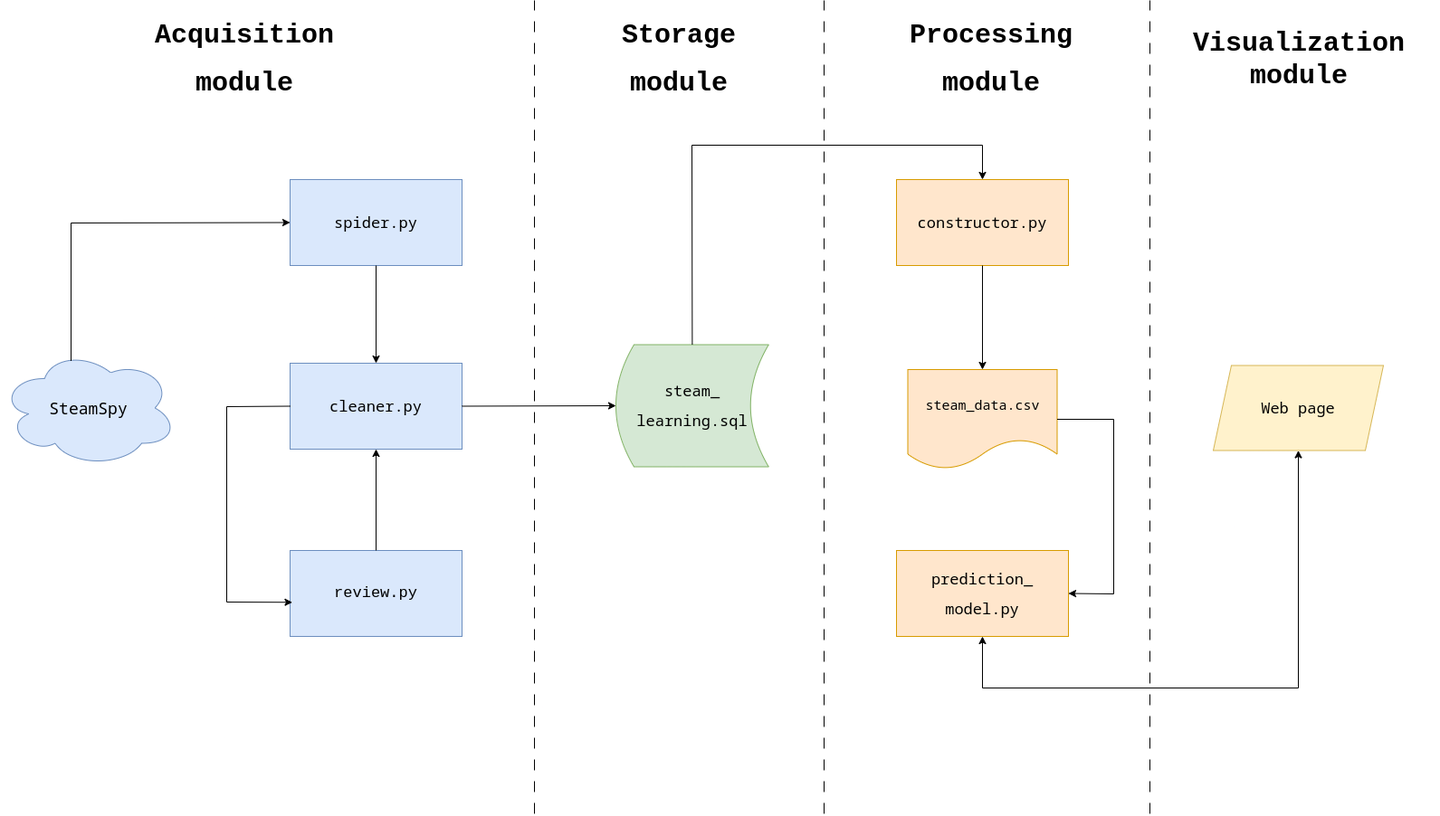
mariomttz/steam-learning keeps this draw.io diagram as docs/img/modules_workflow.png. Above is the earlier version. Source tidied: cells renumbered, new cells last; positions are measured from the earlier drawing's top-left corner, leaving out a move shared by most shapes.
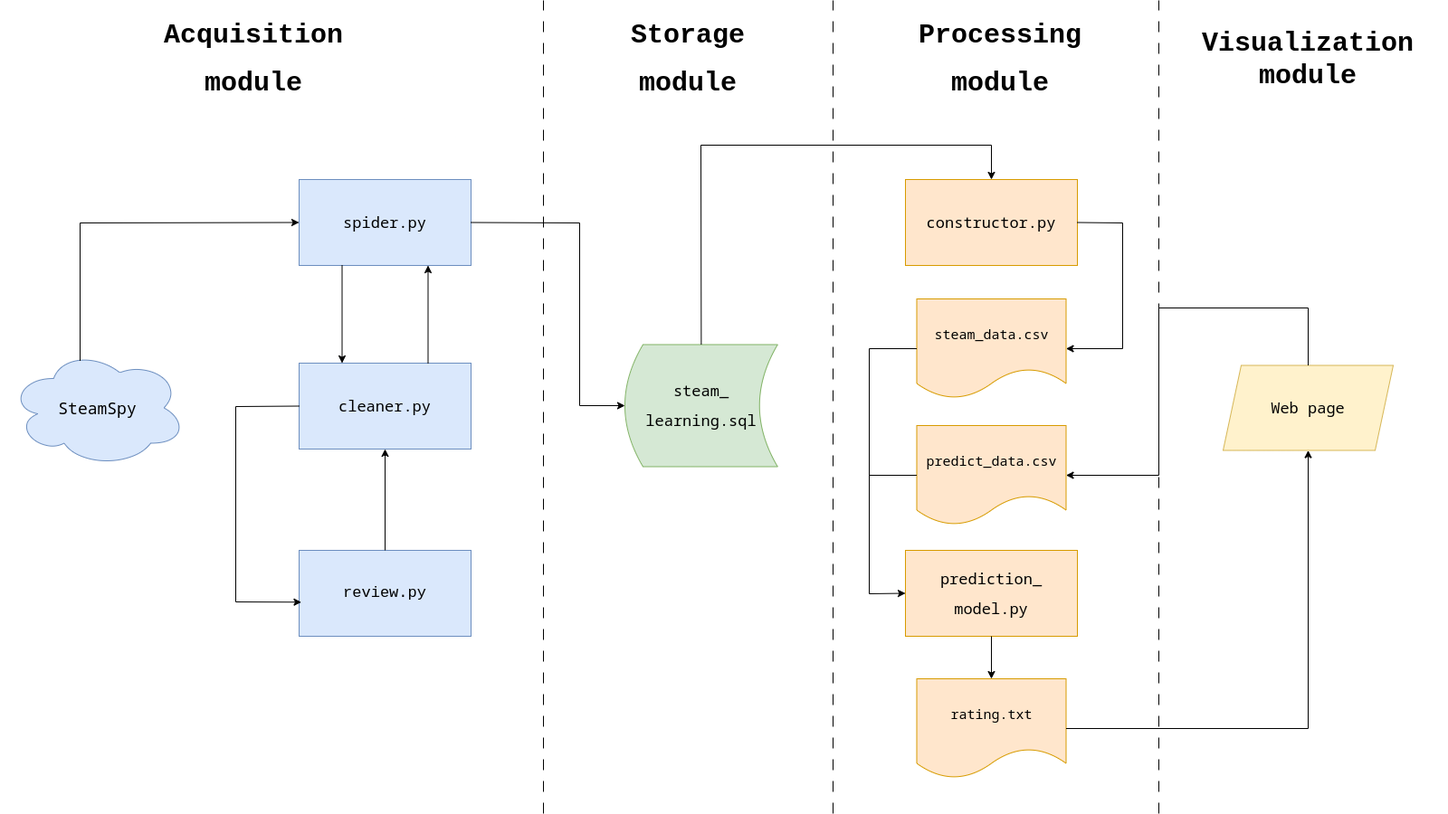
After the change.

Change to the diagram source:
```diff
@@ -18,7 +18,7 @@
       <mxGeometry x="990" y="198" width="190" height="95" as="geometry" />
     </mxCell>
     <mxCell id="7" value="&lt;pre&gt;&lt;font style=&quot;font-size: 15px;&quot;&gt;steam_data.csv&lt;/font&gt;&lt;/pre&gt;" style="shape=document;whiteSpace=wrap;html=1;boundedLbl=1;fillColor=#ffe6cc;strokeColor=#d79b00;" parent="1" vertex="1">
-      <mxGeometry x="1002.5" y="408" width="165" height="110" as="geometry" />
+      <mxGeometry x="1002.5" y="330" width="165" height="110" as="geometry" />
     </mxCell>
     <mxCell id="8" value="&lt;pre&gt;&lt;font style=&quot;font-size: 17px;&quot;&gt;prediction_&lt;/font&gt;&lt;/pre&gt;&lt;pre&gt;&lt;font style=&quot;font-size: 17px;&quot;&gt;model.py&lt;/font&gt;&lt;/pre&gt;" style="rounded=0;whiteSpace=wrap;html=1;fontFamily=Courier New;align=center;fillColor=#ffe6cc;strokeColor=#d79b00;" parent="1" vertex="1">
       <mxGeometry x="990" y="608" width="190" height="95" as="geometry" />
@@ -33,31 +33,12 @@
         </Array>
       </mxGeometry>
     </mxCell>
-    <mxCell id="11" style="endArrow=classic;html=1;rounded=0;exitX=0.5;exitY=1;exitDx=0;exitDy=0;entryX=0.5;entryY=0;entryDx=0;entryDy=0;" parent="1" edge="1" source="2" target="3">
+    <mxCell id="11" style="endArrow=classic;html=1;rounded=0;exitX=0.25;exitY=1;exitDx=0;exitDy=0;entryX=0.25;entryY=0;entryDx=0;entryDy=0;" parent="1" edge="1" source="2" target="3">
       <mxGeometry relative="1" as="geometry" />
     </mxCell>
-    <mxCell id="12" style="endArrow=classic;html=1;rounded=0;exitX=0.5;exitY=1;exitDx=0;exitDy=0;entryX=0.5;entryY=0;entryDx=0;entryDy=0;" parent="1" edge="1" source="6" target="7">
-      <mxGeometry relative="1" as="geometry" />
-    </mxCell>
-    <mxCell id="13" style="endArrow=classic;html=1;rounded=0;entryX=1;entryY=0.5;entryDx=0;entryDy=0;exitX=1;exitY=0.5;exitDx=0;exitDy=0;" parent="1" edge="1" source="7" target="8">
-      <mxGeometry relative="1" as="geometry">
-        <Array as="points">
-          <mxPoint x="1230" y="463" />
-          <mxPoint x="1230" y="656" />
-        </Array>
-      </mxGeometry>
-    </mxCell>
     <mxCell id="14" value="&lt;pre&gt;&lt;font style=&quot;font-size: 17px;&quot;&gt;Web page&lt;/font&gt;&lt;/pre&gt;" style="shape=parallelogram;perimeter=parallelogramPerimeter;whiteSpace=wrap;html=1;fixedSize=1;fillColor=#fff2cc;strokeColor=#d6b656;" parent="1" vertex="1">
-      <mxGeometry x="1340" y="403.5" width="188" height="94" as="geometry" />
+      <mxGeometry x="1341" y="403.5" width="188" height="94" as="geometry" />
     </mxCell>
-    <mxCell id="15" style="endArrow=classic;startArrow=classic;html=1;rounded=0;exitX=0.5;exitY=1;exitDx=0;exitDy=0;entryX=0.5;entryY=1;entryDx=0;entryDy=0;" parent="1" edge="1" source="8" target="14">
-      <mxGeometry relative="1" as="geometry">
-        <Array as="points">
-          <mxPoint x="1085" y="760" />
-          <mxPoint x="1434" y="760" />
-        </Array>
-      </mxGeometry>
-    </mxCell>
     <mxCell id="16" style="endArrow=classic;html=1;rounded=0;exitX=0.5;exitY=0;exitDx=0;exitDy=0;entryX=0.5;entryY=0;entryDx=0;entryDy=0;" parent="1" edge="1" source="5" target="6">
       <mxGeometry relative="1" as="geometry">
         <Array as="points">
@@ -69,8 +50,13 @@
     <mxCell id="17" value="&lt;h1&gt;&lt;font face=&quot;Courier New&quot; style=&quot;font-size: 30px;&quot;&gt;Acquisition&lt;/font&gt;&lt;/h1&gt;&lt;h1&gt;&lt;font face=&quot;Courier New&quot; style=&quot;font-size: 30px;&quot;&gt;module&lt;/font&gt;&lt;/h1&gt;" style="text;strokeColor=none;align=center;fillColor=none;html=1;verticalAlign=middle;whiteSpace=wrap;rounded=0;" parent="1" vertex="1">
       <mxGeometry x="100" y="20" width="340" height="90" as="geometry" />
     </mxCell>
-    <mxCell id="18" style="endArrow=classic;html=1;rounded=0;exitX=1;exitY=0.5;exitDx=0;exitDy=0;entryX=0;entryY=0.5;entryDx=0;entryDy=0;" parent="1" edge="1" source="3" target="5">
-      <mxGeometry relative="1" as="geometry" />
+    <mxCell id="18" style="endArrow=classic;html=1;rounded=0;exitX=1;exitY=0.5;exitDx=0;exitDy=0;entryX=0;entryY=0.5;entryDx=0;entryDy=0;" parent="1" edge="1" source="2" target="5">
+      <mxGeometry relative="1" as="geometry">
+        <Array as="points">
+          <mxPoint x="630" y="246" />
+          <mxPoint x="630" y="448" />
+        </Array>
+      </mxGeometry>
     </mxCell>
     <mxCell id="19" style="endArrow=classic;html=1;rounded=0;exitX=0;exitY=0.5;exitDx=0;exitDy=0;entryX=0.013;entryY=0.603;entryDx=0;entryDy=0;entryPerimeter=0;" parent="1" edge="1" source="3" target="4">
       <mxGeometry relative="1" as="geometry">
@@ -110,5 +96,54 @@
         <mxPoint x="1270" as="targetPoint" />
       </mxGeometry>
     </mxCell>
+    <mxCell id="27" value="&lt;pre&gt;&lt;font style=&quot;font-size: 15px;&quot;&gt;predict_data.csv&lt;/font&gt;&lt;/pre&gt;" style="shape=document;whiteSpace=wrap;html=1;boundedLbl=1;fillColor=#ffe6cc;strokeColor=#d79b00;" parent="1" vertex="1">
+      <mxGeometry x="1002.5" y="470" width="165" height="110" as="geometry" />
+    </mxCell>
+    <mxCell id="28" value="&lt;pre&gt;&lt;font style=&quot;font-size: 15px;&quot;&gt;rating.txt&lt;/font&gt;&lt;/pre&gt;" style="shape=document;whiteSpace=wrap;html=1;boundedLbl=1;fillColor=#ffe6cc;strokeColor=#d79b00;" parent="1" vertex="1">
+      <mxGeometry x="1002.5" y="750" width="165" height="110" as="geometry" />
+    </mxCell>
+    <mxCell id="29" style="endArrow=classic;html=1;rounded=0;entryX=1;entryY=0.5;entryDx=0;entryDy=0;" parent="1" edge="1" source="14" target="27">
+      <mxGeometry relative="1" as="geometry">
+        <Array as="points">
+          <mxPoint x="1435" y="340" />
+          <mxPoint x="1270" y="340" />
+          <mxPoint x="1270" y="525" />
+        </Array>
+      </mxGeometry>
+    </mxCell>
+    <mxCell id="12" style="endArrow=classic;html=1;rounded=0;exitX=1;exitY=0.5;exitDx=0;exitDy=0;entryX=1;entryY=0.5;entryDx=0;entryDy=0;" parent="1" edge="1" source="6" target="7">
+      <mxGeometry relative="1" as="geometry">
+        <Array as="points">
+          <mxPoint x="1230" y="246" />
+          <mxPoint x="1230" y="385" />
+        </Array>
+      </mxGeometry>
+    </mxCell>
+    <mxCell id="30" style="endArrow=classic;html=1;rounded=0;exitX=0.5;exitY=1;exitDx=0;exitDy=0;" parent="1" edge="1" source="8" target="28">
+      <mxGeometry relative="1" as="geometry" />
+    </mxCell>
+    <mxCell id="31" style="endArrow=classic;html=1;rounded=0;exitX=1;exitY=0.5;exitDx=0;exitDy=0;entryX=0.5;entryY=1;entryDx=0;entryDy=0;" parent="1" edge="1" source="28" target="14">
+      <mxGeometry relative="1" as="geometry">
+        <Array as="points">
+          <mxPoint x="1435" y="805" />
+        </Array>
+      </mxGeometry>
+    </mxCell>
+    <mxCell id="13" style="endArrow=classic;html=1;rounded=0;exitX=0;exitY=0.5;exitDx=0;exitDy=0;entryX=0;entryY=0.5;entryDx=0;entryDy=0;" parent="1" edge="1" source="7" target="8">
+      <mxGeometry relative="1" as="geometry">
+        <Array as="points">
+          <mxPoint x="950" y="385" />
+          <mxPoint x="950" y="656" />
+        </Array>
+      </mxGeometry>
+    </mxCell>
+    <mxCell id="32" style="endArrow=none;html=1;rounded=0;entryX=0;entryY=0.5;entryDx=0;entryDy=0;" parent="1" edge="1" target="27">
+      <mxGeometry relative="1" as="geometry">
+        <mxPoint x="950" y="525" as="sourcePoint" />
+      </mxGeometry>
+    </mxCell>
+    <mxCell id="33" style="endArrow=classic;html=1;rounded=0;exitX=0.75;exitY=0;exitDx=0;exitDy=0;entryX=0.75;entryY=1;entryDx=0;entryDy=0;" parent="1" edge="1" source="3" target="2">
+      <mxGeometry relative="1" as="geometry" />
+    </mxCell>
   </root>
 </mxGraphModel>
```
